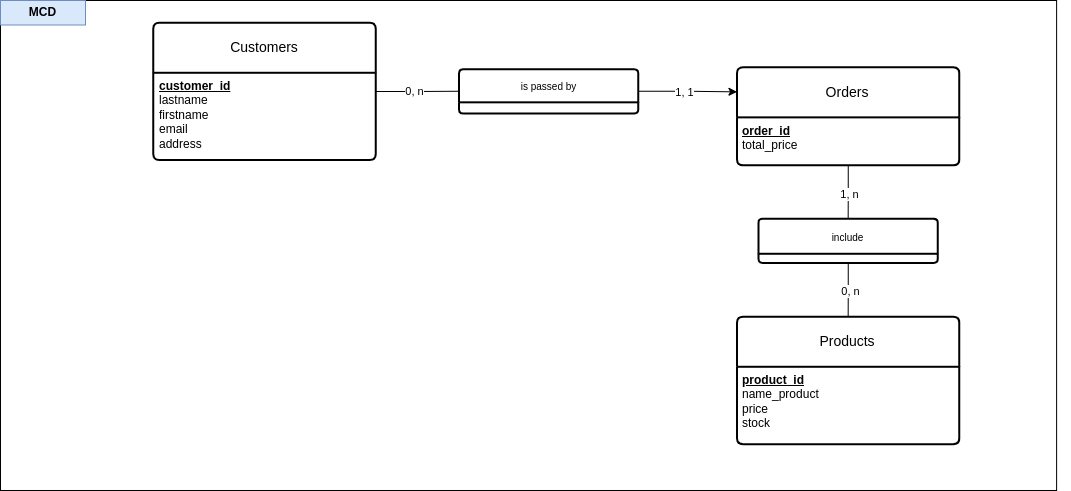
The draw.io diagram doc/Merise/TP-MERISE-MCD.drawio.png in Huriaux/template-repository, before a commit. Source tidied: cells renumbered, new cells last; positions are measured from the earlier drawing's top-left corner, leaving out a move shared by most shapes.
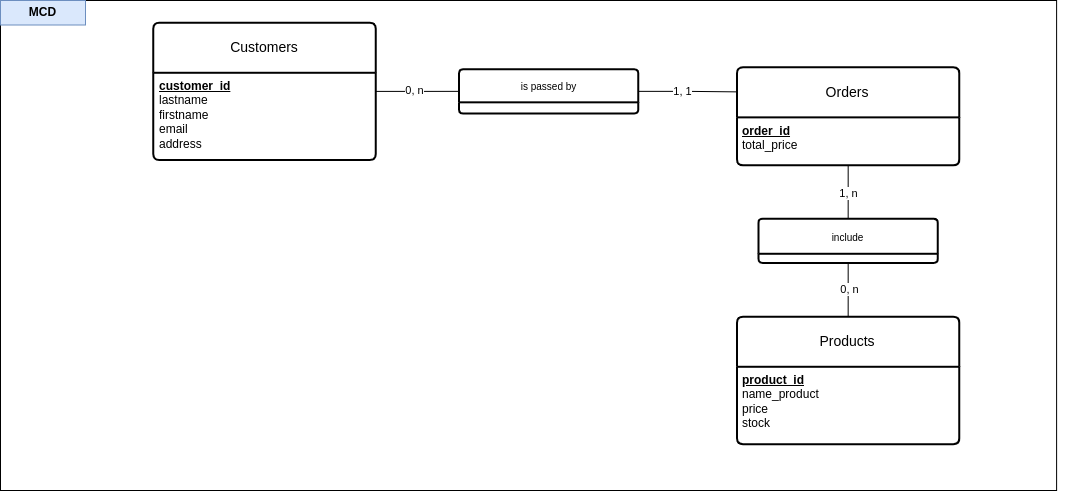
Later version of the same file.

Commit message:
chore(MERISE): correction MCD

Change to the diagram source:
```diff
@@ -37,7 +37,7 @@
     <mxCell id="12" value="&lt;b style=&quot;text-wrap: wrap;&quot;&gt;&lt;u&gt;product_id&lt;/u&gt;&lt;/b&gt;&lt;div&gt;name_product&lt;br&gt;price&lt;/div&gt;&lt;div&gt;stock&lt;/div&gt;" style="align=left;strokeColor=none;fillColor=none;spacingLeft=4;fontSize=12;verticalAlign=top;html=1;" parent="11" vertex="1">
       <mxGeometry y="50" width="222.3" height="77.4" as="geometry" />
     </mxCell>
-    <mxCell id="13" style="edgeStyle=orthogonalEdgeStyle;rounded=0;jettySize=auto;html=1;entryX=0;entryY=0.25;entryDx=0;entryDy=0;" parent="2" edge="1" source="15" target="9">
+    <mxCell id="13" style="edgeStyle=orthogonalEdgeStyle;rounded=0;jettySize=auto;html=1;entryX=0;entryY=0.25;entryDx=0;entryDy=0;endArrow=none;endFill=0;" parent="2" edge="1" source="15" target="9">
       <mxGeometry relative="1" as="geometry" />
     </mxCell>
     <mxCell id="14" value="1, 1" style="edgeLabel;html=1;align=center;verticalAlign=middle;" parent="13" vertex="1">
```
